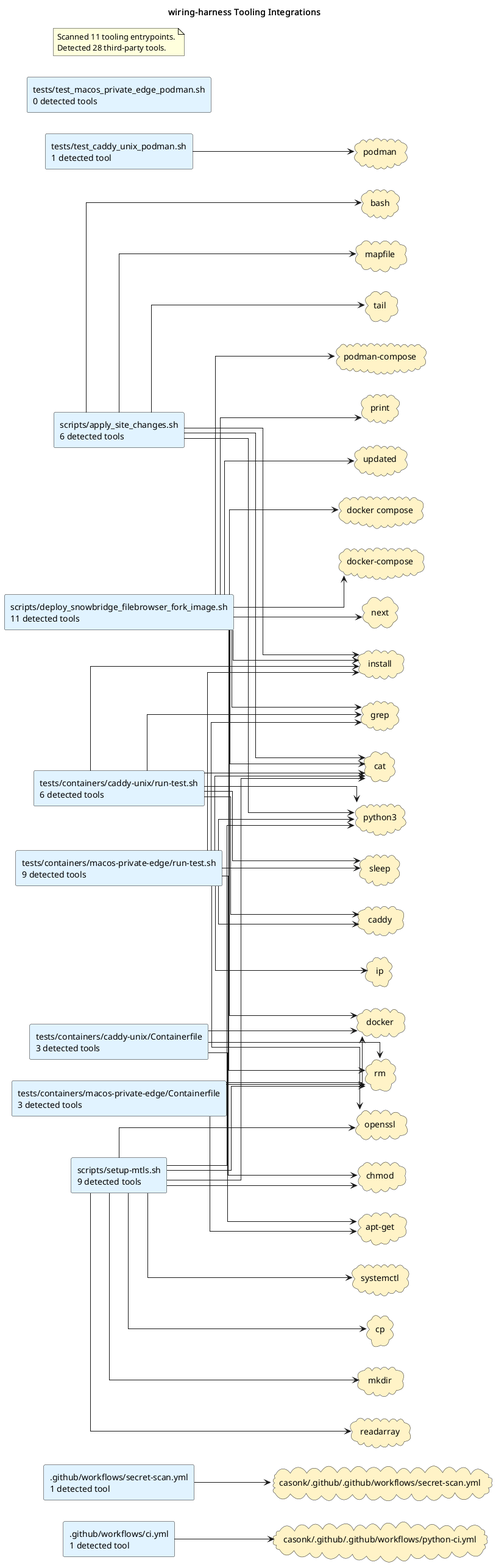
casonk/wiring-harness keeps this PlantUML diagram as docs/diagrams/tooling-integrations.puml.png. Above is the earlier version.
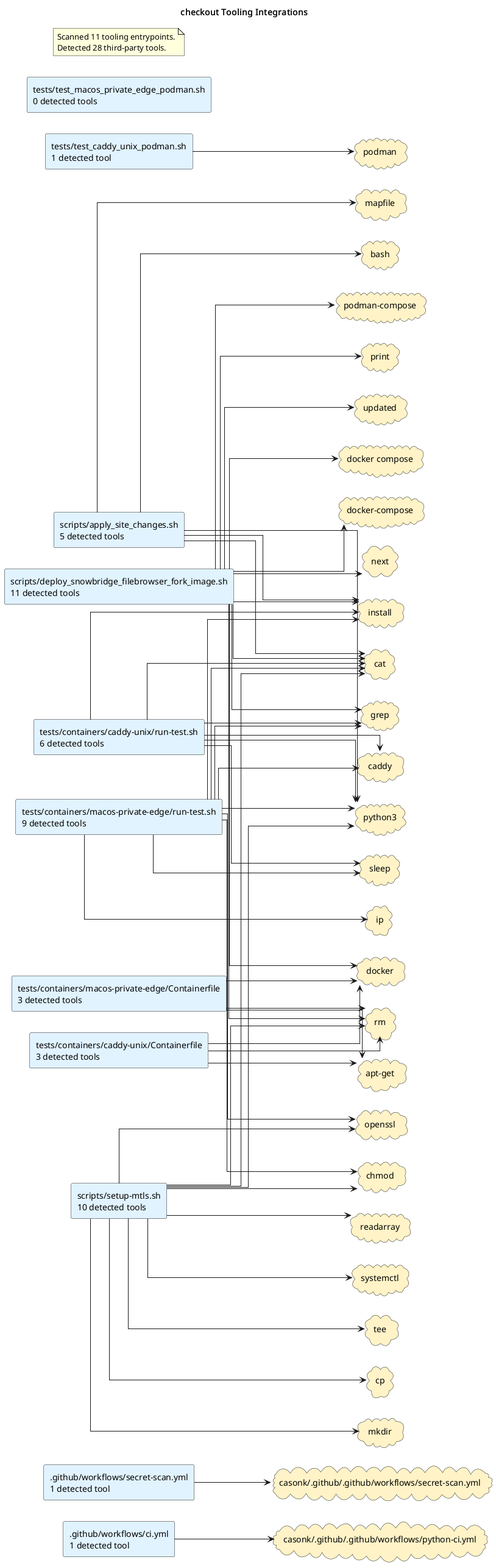
Above is the later version.

The edit, as a diff of the source:
```diff
@@ -1,5 +1,5 @@
 @startuml
-title wiring-harness Tooling Integrations
+title checkout Tooling Integrations
 left to right direction
 skinparam shadowing false
 skinparam defaultFontName Monospace
@@ -7,9 +7,9 @@
 skinparam linetype ortho
 rectangle ".github/workflows/ci.yml\n1 detected tool" as source_github_workflows_ci_yml #E0F2FE
 rectangle ".github/workflows/secret-scan.yml\n1 detected tool" as source_github_workflows_secret_scan_yml #E0F2FE
-rectangle "scripts/apply_site_changes.sh\n6 detected tools" as source_scripts_apply_site_changes_sh #E0F2FE
+rectangle "scripts/apply_site_changes.sh\n5 detected tools" as source_scripts_apply_site_changes_sh #E0F2FE
 rectangle "scripts/deploy_snowbridge_filebrowser_fork_image.sh\n11 detected tools" as source_scripts_deploy_snowbridge_filebrowser_fork_image_sh #E0F2FE
-rectangle "scripts/setup-mtls.sh\n9 detected tools" as source_scripts_setup_mtls_sh #E0F2FE
+rectangle "scripts/setup-mtls.sh\n10 detected tools" as source_scripts_setup_mtls_sh #E0F2FE
 rectangle "tests/containers/caddy-unix/Containerfile\n3 detected tools" as source_tests_containers_caddy_unix_containerfile #E0F2FE
 rectangle "tests/containers/caddy-unix/run-test.sh\n6 detected tools" as source_tests_containers_caddy_unix_run_test_sh #E0F2FE
 rectangle "tests/containers/macos-private-edge/Containerfile\n3 detected tools" as source_tests_containers_macos_private_edge_containerfile #E0F2FE
@@ -42,7 +42,7 @@
 cloud "rm" as tool_rm #FEF3C7
 cloud "sleep" as tool_sleep #FEF3C7
 cloud "systemctl" as tool_systemctl #FEF3C7
-cloud "tail" as tool_tail #FEF3C7
+cloud "tee" as tool_tee #FEF3C7
 cloud "updated" as tool_updated #FEF3C7
 source_github_workflows_ci_yml --> tool_casonk_github_github_workflows_python_ci_yml
 source_github_workflows_secret_scan_yml --> tool_casonk_github_github_workflows_secret_scan_yml
@@ -51,7 +51,6 @@
 source_scripts_apply_site_changes_sh --> tool_install
 source_scripts_apply_site_changes_sh --> tool_mapfile
 source_scripts_apply_site_changes_sh --> tool_python3
-source_scripts_apply_site_changes_sh --> tool_tail
 source_scripts_deploy_snowbridge_filebrowser_fork_image_sh --> tool_cat
 source_scripts_deploy_snowbridge_filebrowser_fork_image_sh --> tool_docker
 source_scripts_deploy_snowbridge_filebrowser_fork_image_sh --> tool_docker_compose
@@ -72,6 +71,7 @@
 source_scripts_setup_mtls_sh --> tool_readarray
 source_scripts_setup_mtls_sh --> tool_rm
 source_scripts_setup_mtls_sh --> tool_systemctl
+source_scripts_setup_mtls_sh --> tool_tee
 source_tests_containers_caddy_unix_containerfile --> tool_apt_get
 source_tests_containers_caddy_unix_containerfile --> tool_docker
 source_tests_containers_caddy_unix_containerfile --> tool_rm
```
